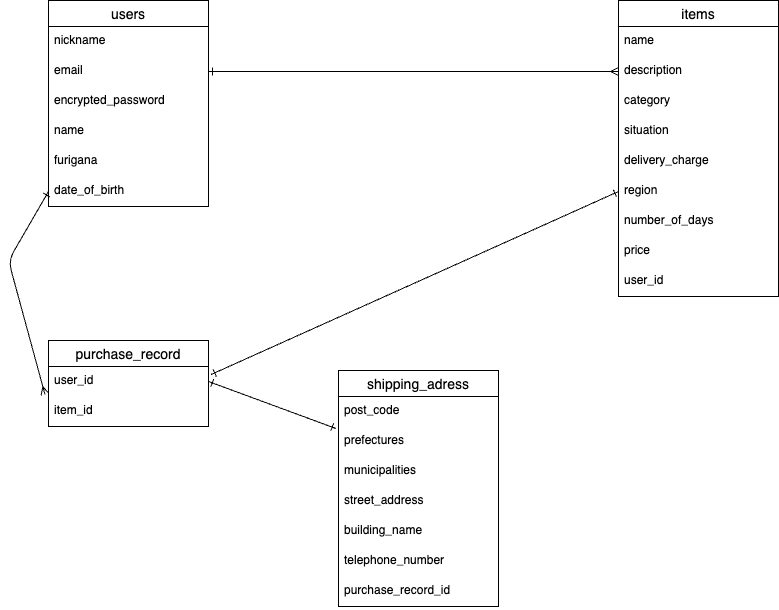
Earlier version of the draw.io export furima-40011.drawio.png (Inoue0422/furima-40011). Source tidied: cells renumbered, new cells last; positions are measured from the earlier drawing's top-left corner, leaving out a move shared by most shapes. The source it was exported from:
```xml
<mxGraphModel>
  <root>
    <mxCell id="0" />
    <mxCell id="1" parent="0" />
    <mxCell id="2" value="users" style="swimlane;fontStyle=0;horizontal=1;startSize=26;align=center;fontSize=14;" parent="1" vertex="1">
      <mxGeometry x="40" width="160" height="206" as="geometry" />
    </mxCell>
    <mxCell id="3" value="nickname" style="text;strokeColor=none;fillColor=none;spacingLeft=4;spacingRight=4;overflow=hidden;fontSize=12;dashed=1;" parent="2" vertex="1">
      <mxGeometry y="26" width="160" height="30" as="geometry" />
    </mxCell>
    <mxCell id="4" value="email" style="text;strokeColor=none;fillColor=none;spacingLeft=4;spacingRight=4;overflow=hidden;points=[[0,0.5],[1,0.5]];portConstraint=eastwest;fontSize=12;" parent="2" vertex="1">
      <mxGeometry y="56" width="160" height="30" as="geometry" />
    </mxCell>
    <mxCell id="5" value="encrypted_password" style="text;strokeColor=none;fillColor=none;spacingLeft=4;spacingRight=4;overflow=hidden;fontSize=12;" parent="2" vertex="1">
      <mxGeometry y="86" width="160" height="30" as="geometry" />
    </mxCell>
    <mxCell id="6" value="name" style="text;strokeColor=none;fillColor=none;spacingLeft=4;spacingRight=4;overflow=hidden;fontSize=12;" parent="2" vertex="1">
      <mxGeometry y="116" width="160" height="30" as="geometry" />
    </mxCell>
    <mxCell id="7" value="furigana" style="text;strokeColor=none;fillColor=none;spacingLeft=4;spacingRight=4;overflow=hidden;fontSize=12;" parent="2" vertex="1">
      <mxGeometry y="146" width="160" height="30" as="geometry" />
    </mxCell>
    <mxCell id="8" value="date_of_birth" style="text;strokeColor=none;fillColor=none;spacingLeft=4;spacingRight=4;overflow=hidden;points=[[0,0.5],[1,0.5]];portConstraint=eastwest;fontSize=12;" parent="2" vertex="1">
      <mxGeometry y="176" width="160" height="30" as="geometry" />
    </mxCell>
    <mxCell id="9" value="items" style="swimlane;fontStyle=0;horizontal=1;startSize=26;align=center;fontSize=14;" parent="1" vertex="1">
      <mxGeometry x="610" width="160" height="296" as="geometry" />
    </mxCell>
    <mxCell id="10" value="name" style="text;strokeColor=none;fillColor=none;spacingLeft=4;spacingRight=4;overflow=hidden;fontSize=12;dashed=1;" parent="9" vertex="1">
      <mxGeometry y="26" width="160" height="30" as="geometry" />
    </mxCell>
    <mxCell id="11" value="description" style="text;strokeColor=none;fillColor=none;spacingLeft=4;spacingRight=4;overflow=hidden;points=[[0,0.5],[1,0.5]];portConstraint=eastwest;fontSize=12;dashed=1;" parent="9" vertex="1">
      <mxGeometry y="56" width="160" height="30" as="geometry" />
    </mxCell>
    <mxCell id="12" value="category&#10;" style="text;strokeColor=none;fillColor=none;spacingLeft=4;spacingRight=4;overflow=hidden;fontSize=12;dashed=1;" parent="9" vertex="1">
      <mxGeometry y="86" width="160" height="30" as="geometry" />
    </mxCell>
    <mxCell id="13" value="situation" style="text;strokeColor=none;fillColor=none;spacingLeft=4;spacingRight=4;overflow=hidden;fontSize=12;dashed=1;" parent="9" vertex="1">
      <mxGeometry y="116" width="160" height="30" as="geometry" />
    </mxCell>
    <mxCell id="14" value="delivery_charge" style="text;strokeColor=none;fillColor=none;spacingLeft=4;spacingRight=4;overflow=hidden;fontSize=12;dashed=1;" parent="9" vertex="1">
      <mxGeometry y="146" width="160" height="30" as="geometry" />
    </mxCell>
    <mxCell id="15" value="region" style="text;strokeColor=none;fillColor=none;spacingLeft=4;spacingRight=4;overflow=hidden;points=[[0,0.5],[1,0.5]];portConstraint=eastwest;fontSize=12;dashed=1;" parent="9" vertex="1">
      <mxGeometry y="176" width="160" height="30" as="geometry" />
    </mxCell>
    <mxCell id="16" value="number_of_days" style="text;strokeColor=none;fillColor=none;spacingLeft=4;spacingRight=4;overflow=hidden;fontSize=12;dashed=1;" parent="9" vertex="1">
      <mxGeometry y="206" width="160" height="30" as="geometry" />
    </mxCell>
    <mxCell id="17" value="price" style="text;strokeColor=none;fillColor=none;spacingLeft=4;spacingRight=4;overflow=hidden;fontSize=12;dashed=1;" parent="9" vertex="1">
      <mxGeometry y="236" width="160" height="30" as="geometry" />
    </mxCell>
    <mxCell id="18" value="user_id" style="text;strokeColor=none;fillColor=none;spacingLeft=4;spacingRight=4;overflow=hidden;fontSize=12;dashed=1;" parent="9" vertex="1">
      <mxGeometry y="266" width="160" height="30" as="geometry" />
    </mxCell>
    <mxCell id="19" style="edgeStyle=none;html=1;exitX=1;exitY=0.5;exitDx=0;exitDy=0;entryX=0;entryY=0.5;entryDx=0;entryDy=0;endArrow=ERmany;endFill=0;startArrow=ERone;startFill=0;" parent="1" edge="1" source="4" target="11">
      <mxGeometry relative="1" as="geometry" />
    </mxCell>
    <mxCell id="20" value="shipping_adress" style="swimlane;fontStyle=0;horizontal=1;startSize=26;align=center;fontSize=14;" parent="1" vertex="1">
      <mxGeometry x="330" y="370" width="160" height="236" as="geometry" />
    </mxCell>
    <mxCell id="21" value="post_code" style="text;strokeColor=none;fillColor=none;spacingLeft=4;spacingRight=4;overflow=hidden;fontSize=12;" parent="20" vertex="1">
      <mxGeometry y="26" width="160" height="30" as="geometry" />
    </mxCell>
    <mxCell id="22" value="prefectures" style="text;strokeColor=none;fillColor=none;spacingLeft=4;spacingRight=4;overflow=hidden;points=[[0,0.5],[1,0.5]];portConstraint=eastwest;fontSize=12;" parent="20" vertex="1">
      <mxGeometry y="56" width="160" height="30" as="geometry" />
    </mxCell>
    <mxCell id="23" value="municipalities" style="text;strokeColor=none;fillColor=none;spacingLeft=4;spacingRight=4;overflow=hidden;fontSize=12;" parent="20" vertex="1">
      <mxGeometry y="86" width="160" height="30" as="geometry" />
    </mxCell>
    <mxCell id="24" value="street_address" style="text;strokeColor=none;fillColor=none;spacingLeft=4;spacingRight=4;overflow=hidden;fontSize=12;" parent="20" vertex="1">
      <mxGeometry y="116" width="160" height="30" as="geometry" />
    </mxCell>
    <mxCell id="25" value="building_name" style="text;strokeColor=none;fillColor=none;spacingLeft=4;spacingRight=4;overflow=hidden;fontSize=12;" parent="20" vertex="1">
      <mxGeometry y="146" width="160" height="30" as="geometry" />
    </mxCell>
    <mxCell id="26" value="telephone_number" style="text;strokeColor=none;fillColor=none;spacingLeft=4;spacingRight=4;overflow=hidden;fontSize=12;" parent="20" vertex="1">
      <mxGeometry y="176" width="160" height="30" as="geometry" />
    </mxCell>
    <mxCell id="27" value="purchase_record_id" style="text;strokeColor=none;fillColor=none;spacingLeft=4;spacingRight=4;overflow=hidden;fontSize=12;" parent="20" vertex="1">
      <mxGeometry y="206" width="160" height="30" as="geometry" />
    </mxCell>
    <mxCell id="28" value="purchase_record" style="swimlane;fontStyle=0;horizontal=1;startSize=26;align=center;fontSize=14;" parent="1" vertex="1">
      <mxGeometry x="40" y="340" width="160" height="86" as="geometry" />
    </mxCell>
    <mxCell id="29" value="user_id" style="text;strokeColor=none;fillColor=none;spacingLeft=4;spacingRight=4;overflow=hidden;points=[[0,0.5],[1,0.5]];portConstraint=eastwest;fontSize=12;" parent="28" vertex="1">
      <mxGeometry y="26" width="160" height="30" as="geometry" />
    </mxCell>
    <mxCell id="30" value="item_id" style="text;strokeColor=none;fillColor=none;spacingLeft=4;spacingRight=4;overflow=hidden;fontSize=12;" parent="28" vertex="1">
      <mxGeometry y="56" width="160" height="30" as="geometry" />
    </mxCell>
    <mxCell id="31" style="edgeStyle=none;html=1;exitX=1;exitY=0.5;exitDx=0;exitDy=0;entryX=-0.016;entryY=0.067;entryDx=0;entryDy=0;entryPerimeter=0;startArrow=ERone;startFill=0;endArrow=ERone;endFill=0;" parent="1" edge="1" source="29" target="22">
      <mxGeometry relative="1" as="geometry" />
    </mxCell>
    <mxCell id="32" style="edgeStyle=none;html=1;exitX=0;exitY=0.5;exitDx=0;exitDy=0;entryX=1.016;entryY=0.267;entryDx=0;entryDy=0;entryPerimeter=0;startArrow=ERone;startFill=0;endArrow=ERone;endFill=0;" parent="1" edge="1" source="15" target="29">
      <mxGeometry relative="1" as="geometry" />
    </mxCell>
    <mxCell id="33" style="edgeStyle=none;html=1;exitX=0;exitY=0.5;exitDx=0;exitDy=0;entryX=-0.022;entryY=0.933;entryDx=0;entryDy=0;entryPerimeter=0;startArrow=ERone;startFill=0;endArrow=ERmany;endFill=0;" parent="1" edge="1" source="8" target="29">
      <mxGeometry relative="1" as="geometry">
        <Array as="points">
          <mxPoint y="260" />
        </Array>
      </mxGeometry>
    </mxCell>
  </root>
</mxGraphModel>
```
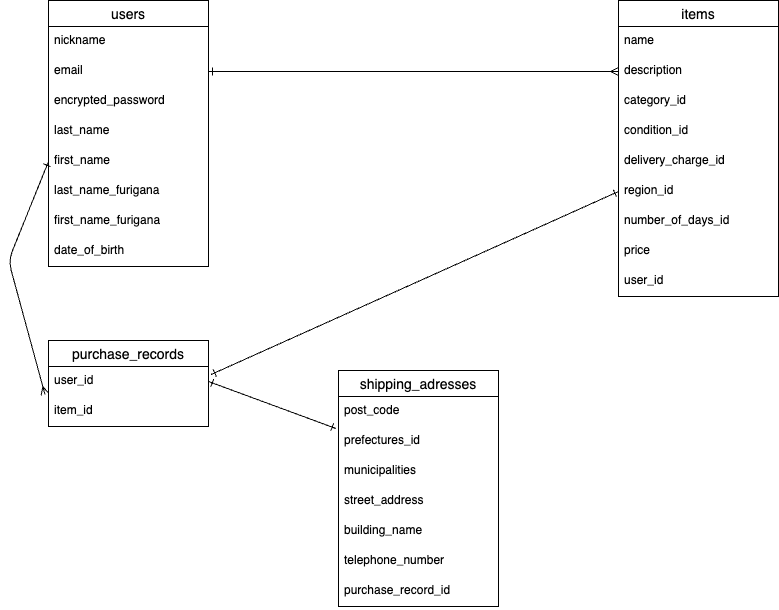
Above is the later version.

Commit message:
データベース設計修正

What changed in the source:
```diff
@@ -3,7 +3,7 @@
     <mxCell id="0" />
     <mxCell id="1" parent="0" />
     <mxCell id="2" value="users" style="swimlane;fontStyle=0;horizontal=1;startSize=26;align=center;fontSize=14;" parent="1" vertex="1">
-      <mxGeometry x="40" width="160" height="206" as="geometry" />
+      <mxGeometry x="40" width="160" height="266" as="geometry" />
     </mxCell>
     <mxCell id="3" value="nickname" style="text;strokeColor=none;fillColor=none;spacingLeft=4;spacingRight=4;overflow=hidden;fontSize=12;dashed=1;" parent="2" vertex="1">
       <mxGeometry y="26" width="160" height="30" as="geometry" />
@@ -14,15 +14,21 @@
     <mxCell id="5" value="encrypted_password" style="text;strokeColor=none;fillColor=none;spacingLeft=4;spacingRight=4;overflow=hidden;fontSize=12;" parent="2" vertex="1">
       <mxGeometry y="86" width="160" height="30" as="geometry" />
     </mxCell>
-    <mxCell id="6" value="name" style="text;strokeColor=none;fillColor=none;spacingLeft=4;spacingRight=4;overflow=hidden;fontSize=12;" parent="2" vertex="1">
+    <mxCell id="6" value="last_name" style="text;strokeColor=none;fillColor=none;spacingLeft=4;spacingRight=4;overflow=hidden;fontSize=12;" parent="2" vertex="1">
       <mxGeometry y="116" width="160" height="30" as="geometry" />
     </mxCell>
-    <mxCell id="7" value="furigana" style="text;strokeColor=none;fillColor=none;spacingLeft=4;spacingRight=4;overflow=hidden;fontSize=12;" parent="2" vertex="1">
-      <mxGeometry y="146" width="160" height="30" as="geometry" />
-    </mxCell>
-    <mxCell id="8" value="date_of_birth" style="text;strokeColor=none;fillColor=none;spacingLeft=4;spacingRight=4;overflow=hidden;points=[[0,0.5],[1,0.5]];portConstraint=eastwest;fontSize=12;" parent="2" vertex="1">
-      <mxGeometry y="176" width="160" height="30" as="geometry" />
+    <mxCell id="8" value="first_name" style="text;strokeColor=none;fillColor=none;spacingLeft=4;spacingRight=4;overflow=hidden;points=[[0,0.5],[1,0.5]];portConstraint=eastwest;fontSize=12;" parent="2" vertex="1">
+      <mxGeometry y="146" width="160" height="30" as="geometry" />
     </mxCell>
+    <mxCell id="34" value="last_name_furigana" style="text;strokeColor=none;fillColor=none;spacingLeft=4;spacingRight=4;overflow=hidden;fontSize=12;" parent="2" vertex="1">
+      <mxGeometry y="176" width="160" height="30" as="geometry" />
+    </mxCell>
+    <mxCell id="35" value="first_name_furigana" style="text;strokeColor=none;fillColor=none;spacingLeft=4;spacingRight=4;overflow=hidden;fontSize=12;" parent="2" vertex="1">
+      <mxGeometry y="206" width="160" height="30" as="geometry" />
+    </mxCell>
+    <mxCell id="36" value="date_of_birth" style="text;strokeColor=none;fillColor=none;spacingLeft=4;spacingRight=4;overflow=hidden;fontSize=12;" parent="2" vertex="1">
+      <mxGeometry y="236" width="160" height="30" as="geometry" />
+    </mxCell>
     <mxCell id="9" value="items" style="swimlane;fontStyle=0;horizontal=1;startSize=26;align=center;fontSize=14;" parent="1" vertex="1">
       <mxGeometry x="610" width="160" height="296" as="geometry" />
     </mxCell>
@@ -32,19 +38,19 @@
     <mxCell id="11" value="description" style="text;strokeColor=none;fillColor=none;spacingLeft=4;spacingRight=4;overflow=hidden;points=[[0,0.5],[1,0.5]];portConstraint=eastwest;fontSize=12;dashed=1;" parent="9" vertex="1">
       <mxGeometry y="56" width="160" height="30" as="geometry" />
     </mxCell>
-    <mxCell id="12" value="category&#10;" style="text;strokeColor=none;fillColor=none;spacingLeft=4;spacingRight=4;overflow=hidden;fontSize=12;dashed=1;" parent="9" vertex="1">
+    <mxCell id="12" value="category_id&#10;" style="text;strokeColor=none;fillColor=none;spacingLeft=4;spacingRight=4;overflow=hidden;fontSize=12;dashed=1;" parent="9" vertex="1">
       <mxGeometry y="86" width="160" height="30" as="geometry" />
     </mxCell>
-    <mxCell id="13" value="situation" style="text;strokeColor=none;fillColor=none;spacingLeft=4;spacingRight=4;overflow=hidden;fontSize=12;dashed=1;" parent="9" vertex="1">
+    <mxCell id="13" value="condition_id" style="text;strokeColor=none;fillColor=none;spacingLeft=4;spacingRight=4;overflow=hidden;fontSize=12;dashed=1;" parent="9" vertex="1">
       <mxGeometry y="116" width="160" height="30" as="geometry" />
     </mxCell>
-    <mxCell id="14" value="delivery_charge" style="text;strokeColor=none;fillColor=none;spacingLeft=4;spacingRight=4;overflow=hidden;fontSize=12;dashed=1;" parent="9" vertex="1">
+    <mxCell id="14" value="delivery_charge_id" style="text;strokeColor=none;fillColor=none;spacingLeft=4;spacingRight=4;overflow=hidden;fontSize=12;dashed=1;" parent="9" vertex="1">
       <mxGeometry y="146" width="160" height="30" as="geometry" />
     </mxCell>
-    <mxCell id="15" value="region" style="text;strokeColor=none;fillColor=none;spacingLeft=4;spacingRight=4;overflow=hidden;points=[[0,0.5],[1,0.5]];portConstraint=eastwest;fontSize=12;dashed=1;" parent="9" vertex="1">
+    <mxCell id="15" value="region_id" style="text;strokeColor=none;fillColor=none;spacingLeft=4;spacingRight=4;overflow=hidden;points=[[0,0.5],[1,0.5]];portConstraint=eastwest;fontSize=12;dashed=1;" parent="9" vertex="1">
       <mxGeometry y="176" width="160" height="30" as="geometry" />
     </mxCell>
-    <mxCell id="16" value="number_of_days" style="text;strokeColor=none;fillColor=none;spacingLeft=4;spacingRight=4;overflow=hidden;fontSize=12;dashed=1;" parent="9" vertex="1">
+    <mxCell id="16" value="number_of_days_id" style="text;strokeColor=none;fillColor=none;spacingLeft=4;spacingRight=4;overflow=hidden;fontSize=12;dashed=1;" parent="9" vertex="1">
       <mxGeometry y="206" width="160" height="30" as="geometry" />
     </mxCell>
     <mxCell id="17" value="price" style="text;strokeColor=none;fillColor=none;spacingLeft=4;spacingRight=4;overflow=hidden;fontSize=12;dashed=1;" parent="9" vertex="1">
@@ -56,13 +62,13 @@
     <mxCell id="19" style="edgeStyle=none;html=1;exitX=1;exitY=0.5;exitDx=0;exitDy=0;entryX=0;entryY=0.5;entryDx=0;entryDy=0;endArrow=ERmany;endFill=0;startArrow=ERone;startFill=0;" parent="1" edge="1" source="4" target="11">
       <mxGeometry relative="1" as="geometry" />
     </mxCell>
-    <mxCell id="20" value="shipping_adress" style="swimlane;fontStyle=0;horizontal=1;startSize=26;align=center;fontSize=14;" parent="1" vertex="1">
+    <mxCell id="20" value="shipping_adresses" style="swimlane;fontStyle=0;horizontal=1;startSize=26;align=center;fontSize=14;" parent="1" vertex="1">
       <mxGeometry x="330" y="370" width="160" height="236" as="geometry" />
     </mxCell>
     <mxCell id="21" value="post_code" style="text;strokeColor=none;fillColor=none;spacingLeft=4;spacingRight=4;overflow=hidden;fontSize=12;" parent="20" vertex="1">
       <mxGeometry y="26" width="160" height="30" as="geometry" />
     </mxCell>
-    <mxCell id="22" value="prefectures" style="text;strokeColor=none;fillColor=none;spacingLeft=4;spacingRight=4;overflow=hidden;points=[[0,0.5],[1,0.5]];portConstraint=eastwest;fontSize=12;" parent="20" vertex="1">
+    <mxCell id="22" value="prefectures_id" style="text;strokeColor=none;fillColor=none;spacingLeft=4;spacingRight=4;overflow=hidden;points=[[0,0.5],[1,0.5]];portConstraint=eastwest;fontSize=12;" parent="20" vertex="1">
       <mxGeometry y="56" width="160" height="30" as="geometry" />
     </mxCell>
     <mxCell id="23" value="municipalities" style="text;strokeColor=none;fillColor=none;spacingLeft=4;spacingRight=4;overflow=hidden;fontSize=12;" parent="20" vertex="1">
@@ -80,7 +86,7 @@
     <mxCell id="27" value="purchase_record_id" style="text;strokeColor=none;fillColor=none;spacingLeft=4;spacingRight=4;overflow=hidden;fontSize=12;" parent="20" vertex="1">
       <mxGeometry y="206" width="160" height="30" as="geometry" />
     </mxCell>
-    <mxCell id="28" value="purchase_record" style="swimlane;fontStyle=0;horizontal=1;startSize=26;align=center;fontSize=14;" parent="1" vertex="1">
+    <mxCell id="28" value="purchase_records" style="swimlane;fontStyle=0;horizontal=1;startSize=26;align=center;fontSize=14;" parent="1" vertex="1">
       <mxGeometry x="40" y="340" width="160" height="86" as="geometry" />
     </mxCell>
     <mxCell id="29" value="user_id" style="text;strokeColor=none;fillColor=none;spacingLeft=4;spacingRight=4;overflow=hidden;points=[[0,0.5],[1,0.5]];portConstraint=eastwest;fontSize=12;" parent="28" vertex="1">
```
